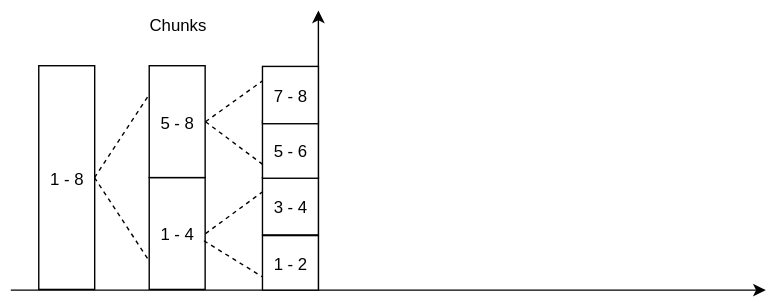
Earlier version of the draw.io export chunks-and-tree.svg (artall64/tmp-isao-images). Source tidied: cells renumbered, new cells last; positions are measured from the earlier drawing's top-left corner, leaving out a move shared by most shapes.
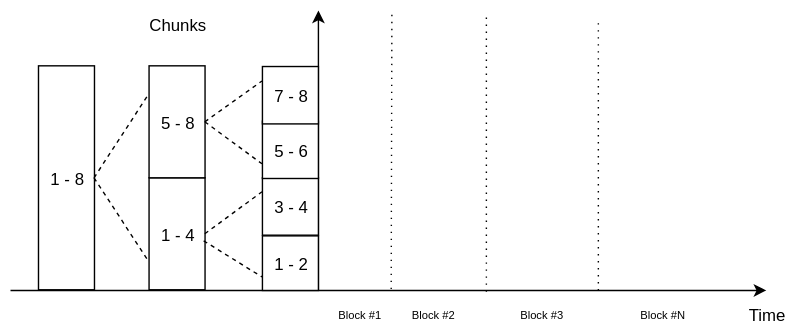
The same file after the commit.

Diff of the diagram source:
```diff
@@ -56,5 +56,38 @@
     <mxCell id="17" value="Chunks" style="text;html=1;strokeColor=none;fillColor=none;align=center;verticalAlign=middle;whiteSpace=wrap;rounded=0;" parent="1" vertex="1">
       <mxGeometry x="99" width="40" height="20" as="geometry" />
     </mxCell>
+    <mxCell id="18" style="endArrow=none;dashed=1;html=1;dashPattern=1 4;" parent="1" edge="1">
+      <mxGeometry relative="1" as="geometry">
+        <mxPoint x="272" y="199" as="sourcePoint" />
+        <mxPoint x="272.5" as="targetPoint" />
+      </mxGeometry>
+    </mxCell>
+    <mxCell id="19" style="endArrow=none;dashed=1;html=1;dashPattern=1 4;" parent="1" edge="1">
+      <mxGeometry relative="1" as="geometry">
+        <mxPoint x="340" y="201" as="sourcePoint" />
+        <mxPoint x="340" y="4" as="targetPoint" />
+      </mxGeometry>
+    </mxCell>
+    <mxCell id="20" value="Block #1&lt;br style=&quot;font-size: 8px;&quot;&gt;" style="text;html=1;strokeColor=none;fillColor=none;align=center;verticalAlign=middle;whiteSpace=wrap;rounded=0;fontSize=8;" parent="1" vertex="1">
+      <mxGeometry x="230" y="207" width="38" height="20" as="geometry" />
+    </mxCell>
+    <mxCell id="21" value="Block #2&lt;br style=&quot;font-size: 8px;&quot;&gt;" style="text;html=1;strokeColor=none;fillColor=none;align=center;verticalAlign=middle;whiteSpace=wrap;rounded=0;fontSize=8;" parent="1" vertex="1">
+      <mxGeometry x="283" y="207" width="39" height="20" as="geometry" />
+    </mxCell>
+    <mxCell id="22" style="endArrow=none;dashed=1;html=1;dashPattern=1 4;" parent="1" edge="1">
+      <mxGeometry relative="1" as="geometry">
+        <mxPoint x="420" y="200" as="sourcePoint" />
+        <mxPoint x="420" y="5" as="targetPoint" />
+      </mxGeometry>
+    </mxCell>
+    <mxCell id="23" value="Block #3&lt;br style=&quot;font-size: 8px;&quot;&gt;" style="text;html=1;strokeColor=none;fillColor=none;align=center;verticalAlign=middle;whiteSpace=wrap;rounded=0;fontSize=8;" parent="1" vertex="1">
+      <mxGeometry x="353.5" y="207" width="50" height="20" as="geometry" />
+    </mxCell>
+    <mxCell id="24" value="Block #N&lt;br style=&quot;font-size: 8px;&quot;&gt;" style="text;html=1;strokeColor=none;fillColor=none;align=center;verticalAlign=middle;whiteSpace=wrap;rounded=0;fontSize=8;" parent="1" vertex="1">
+      <mxGeometry x="440" y="207" width="53" height="20" as="geometry" />
+    </mxCell>
+    <mxCell id="25" value="Time" style="text;html=1;strokeColor=none;fillColor=none;align=center;verticalAlign=middle;whiteSpace=wrap;rounded=0;" parent="1" vertex="1">
+      <mxGeometry x="520" y="207" width="40" height="20" as="geometry" />
+    </mxCell>
   </root>
 </mxGraphModel>
```
